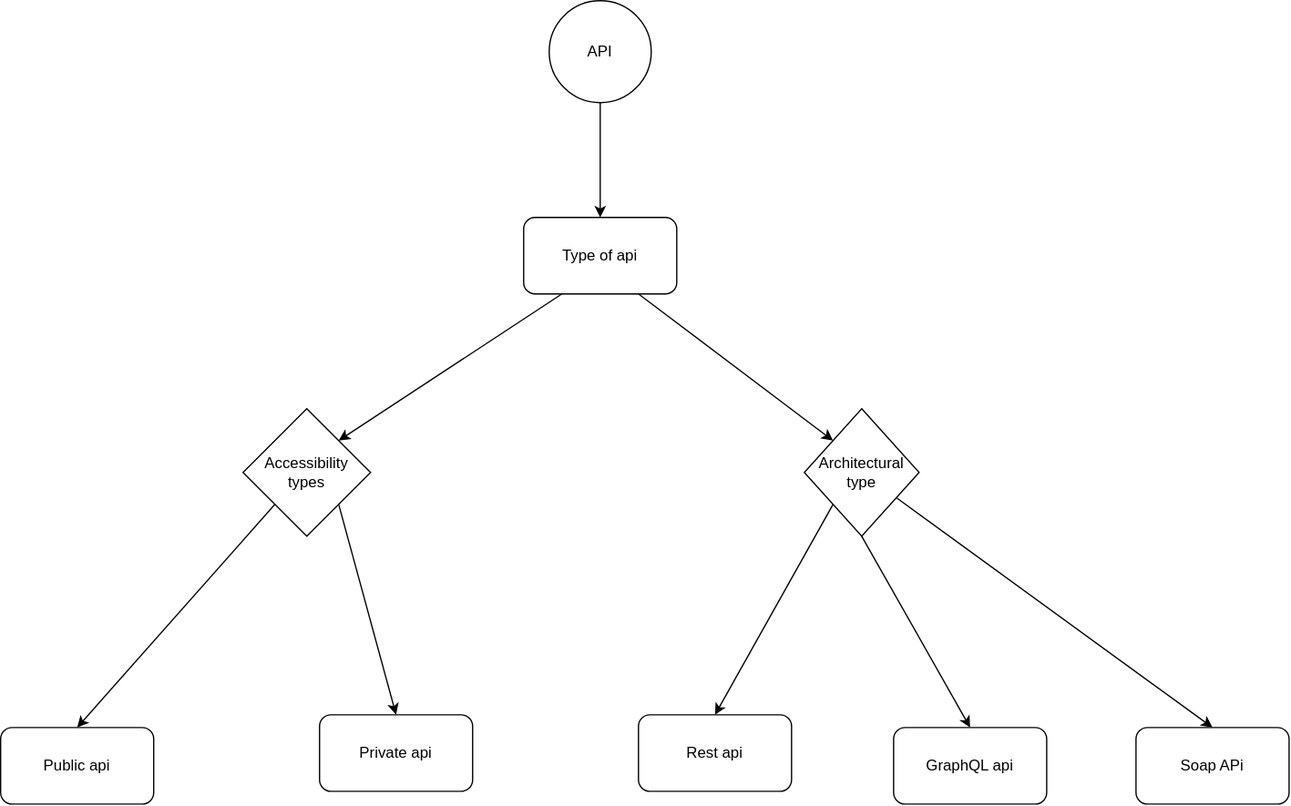
Earlier version of the draw.io export api/api.svg (knkrn5/Programming-Concepts). Source tidied: cells renumbered, new cells last; positions are measured from the earlier drawing's top-left corner, leaving out a move shared by most shapes.
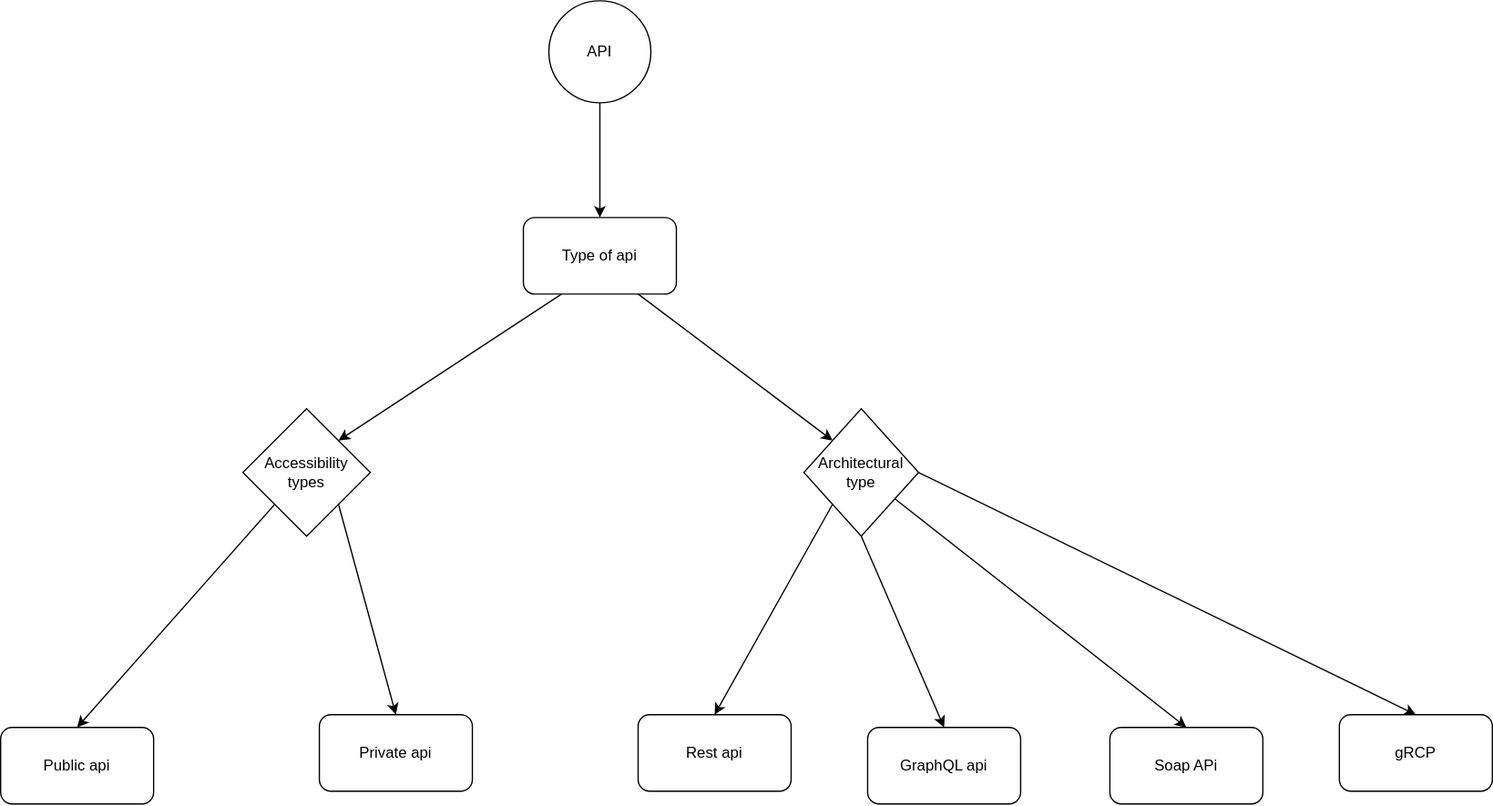
After the change.

Diff of the diagram source:
```diff
@@ -30,11 +30,14 @@
       <mxGeometry x="500" y="560" width="120" height="60" as="geometry" />
     </mxCell>
     <mxCell id="11" value="GraphQL api" style="rounded=1;whiteSpace=wrap;html=1;" parent="1" vertex="1">
-      <mxGeometry x="700" y="570" width="120" height="60" as="geometry" />
+      <mxGeometry x="680" y="570" width="120" height="60" as="geometry" />
     </mxCell>
     <mxCell id="12" value="Soap APi" style="rounded=1;whiteSpace=wrap;html=1;" parent="1" vertex="1">
-      <mxGeometry x="890" y="570" width="120" height="60" as="geometry" />
+      <mxGeometry x="870" y="570" width="120" height="60" as="geometry" />
     </mxCell>
+    <mxCell id="19" style="edgeStyle=none;html=1;exitX=1;exitY=0.5;exitDx=0;exitDy=0;entryX=0.5;entryY=0;entryDx=0;entryDy=0;" parent="1" edge="1" source="13" target="20">
+      <mxGeometry relative="1" as="geometry" />
+    </mxCell>
     <mxCell id="13" value="Architectural type" style="rhombus;whiteSpace=wrap;html=1;" parent="1" vertex="1">
       <mxGeometry x="630" y="320" width="90" height="100" as="geometry" />
     </mxCell>
@@ -53,5 +56,8 @@
     <mxCell id="18" value="&lt;span&gt;&lt;font style=&quot;color: light-dark(rgb(0, 0, 0), rgb(255, 255, 255));&quot;&gt;Accessibility&lt;/font&gt;&lt;/span&gt;&lt;div style=&quot;scrollbar-color: rgb(75, 75, 75) rgb(27, 29, 30); color: rgb(192, 192, 192);&quot;&gt;&lt;font style=&quot;color: light-dark(rgb(0, 0, 0), rgb(255, 255, 255));&quot;&gt;types&lt;/font&gt;&lt;/div&gt;" style="rhombus;whiteSpace=wrap;html=1;" parent="1" vertex="1">
       <mxGeometry x="190" y="320" width="100" height="100" as="geometry" />
     </mxCell>
+    <mxCell id="20" value="gRCP" style="rounded=1;whiteSpace=wrap;html=1;" parent="1" vertex="1">
+      <mxGeometry x="1050" y="560" width="120" height="60" as="geometry" />
+    </mxCell>
   </root>
 </mxGraphModel>
```
